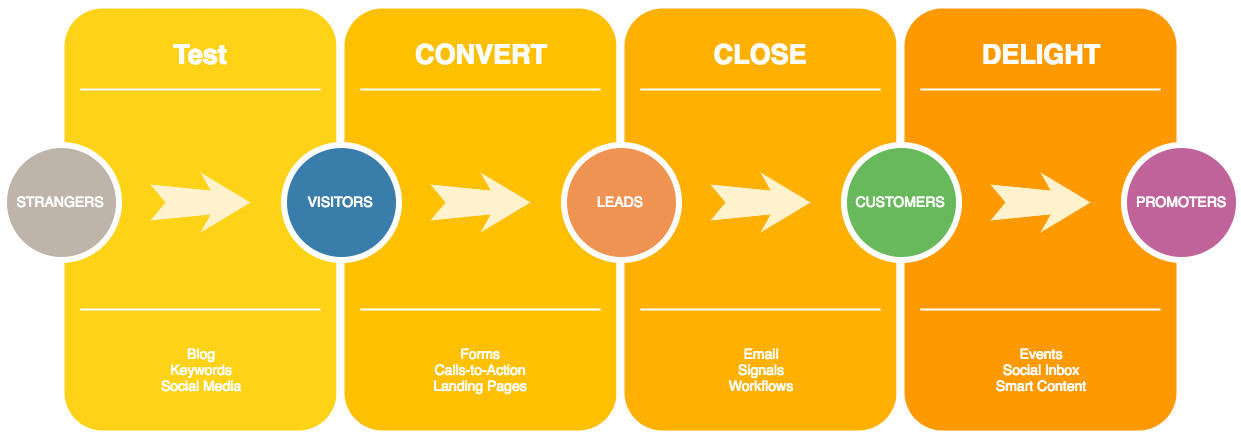
alderg/sandbox keeps this draw.io diagram as test-png-with-xml.png. Above is the earlier version. Source tidied: cells renumbered, new cells last; positions are measured from the earlier drawing's top-left corner, leaving out a move shared by most shapes.
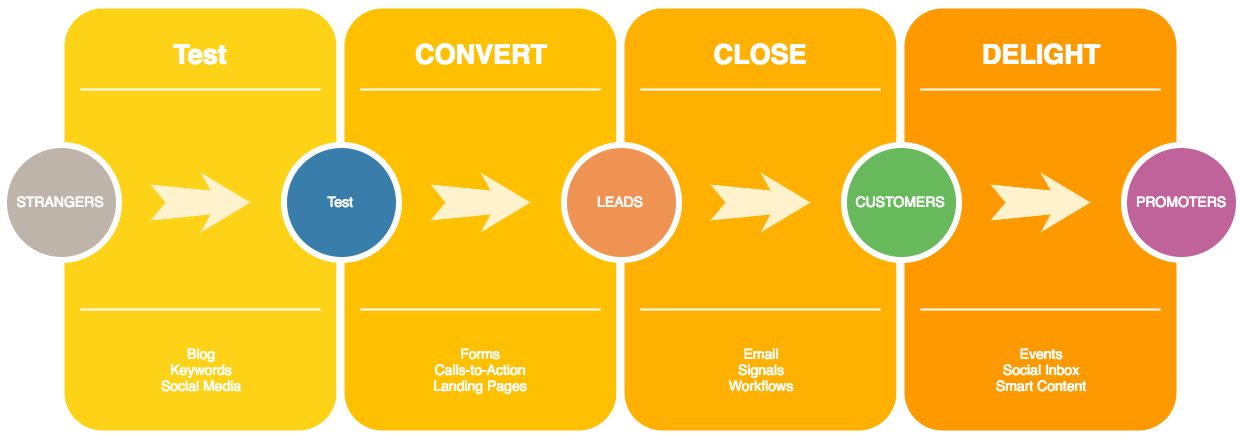
Above is the later version.

Diff of the diagram source:
```diff
@@ -38,7 +38,7 @@
     <mxCell id="13" style="line;strokeWidth=2;html=1;rounded=0;shadow=0;fontSize=27;align=center;fillColor=none;strokeColor=#FFFFFF;" parent="1" vertex="1">
       <mxGeometry x="357" y="300" width="240" height="10" as="geometry" />
     </mxCell>
-    <mxCell id="14" value="VISITORS" style="ellipse;whiteSpace=wrap;html=1;rounded=0;shadow=0;strokeWidth=6;fontSize=14;align=center;fillColor=#397DAA;strokeColor=#FFFFFF;fontColor=#FFFFFF;" parent="1" vertex="1">
+    <mxCell id="14" value="Test" style="ellipse;whiteSpace=wrap;html=1;rounded=0;shadow=0;strokeWidth=6;fontSize=14;align=center;fillColor=#397DAA;strokeColor=#FFFFFF;fontColor=#FFFFFF;" parent="1" vertex="1">
       <mxGeometry x="280" y="140" width="115" height="115" as="geometry" />
     </mxCell>
     <mxCell id="15" style="html=1;shadow=0;dashed=0;align=center;verticalAlign=middle;shape=mxgraph.arrows2.stylisedArrow;dy=0.6;dx=40;notch=15;feather=0.4;rounded=0;strokeWidth=1;fontSize=27;strokeColor=none;fillColor=#fff2cc;" parent="1" vertex="1">
```
